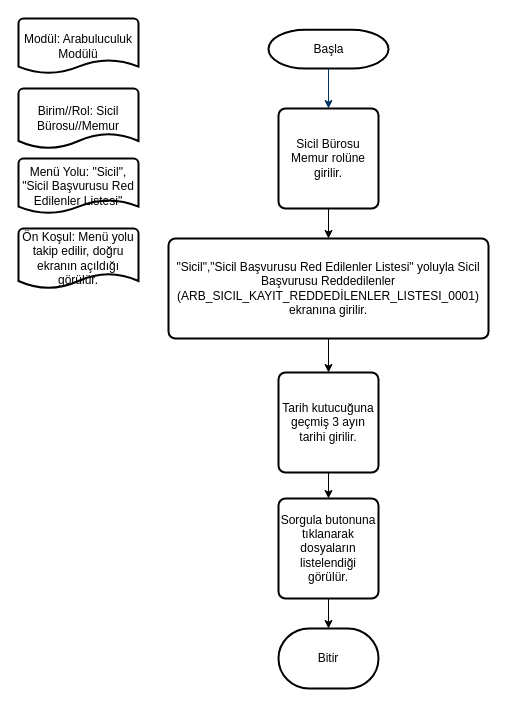
Before: Diyagram Yönetim Sistemi/Diagrams/Arabuluculuk Akışlar/001_Sicil Başvurusu Red Edilenler Listesi.drawio in dev-Thae/Diagram-Management-System, a draw.io diagram. Source tidied: cells renumbered, new cells numbered last; positions are measured from the earlier drawing's top-left corner, leaving out a move shared by most shapes. Both pictures are drawn from the tidied source at 100%, with x=0, y=0 at pixel (18, 18).
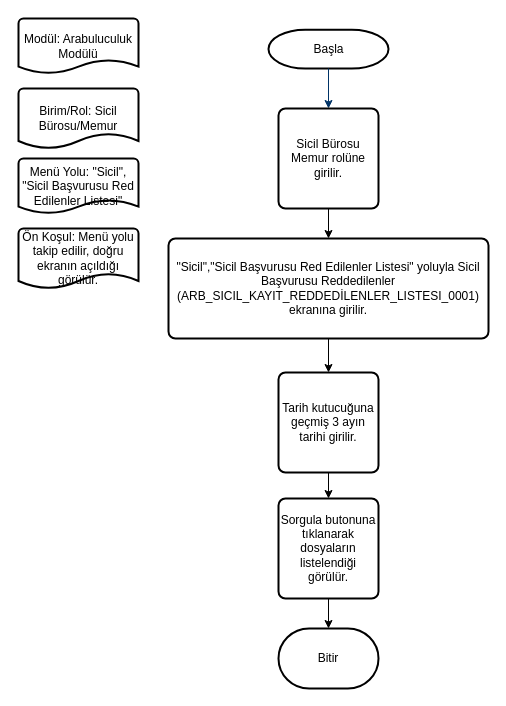
After the change.

Change to the diagram source:
```diff
@@
 <mxGraphModel>
   <root>
     <mxCell id="0" />
     <mxCell id="1" parent="0" />
     <mxCell id="2" value="Başla" style="shape=mxgraph.flowchart.terminator;strokeWidth=2;gradientColor=none;gradientDirection=north;fontStyle=0;html=1;" parent="1" vertex="1">
       <mxGeometry x="250" y="11.2" width="120" height="38.8" as="geometry" />
     </mxCell>
     <mxCell id="3" style="fontStyle=1;strokeColor=#003366;strokeWidth=1;html=1;entryX=0.5;entryY=0;entryDx=0;entryDy=0;" parent="1" edge="1" source="2" target="8">
       <mxGeometry relative="1" as="geometry" />
     </mxCell>
     <mxCell id="4" value="Modül: Arabuluculuk Modülü" style="strokeWidth=2;html=1;shape=mxgraph.flowchart.document2;whiteSpace=wrap;size=0.25;" parent="1" vertex="1">
       <mxGeometry width="120" height="55" as="geometry" />
     </mxCell>
     <mxCell id="5" value="Menü Yolu: &quot;Sicil&quot;, &quot;Sicil Başvurusu Red Edilenler Listesi&quot;" style="strokeWidth=2;html=1;shape=mxgraph.flowchart.document2;whiteSpace=wrap;size=0.25;" parent="1" vertex="1">
       <mxGeometry y="140" width="120" height="55" as="geometry" />
     </mxCell>
     <mxCell id="6" value="Ön Koşul: Menü yolu takip edilir, doğru ekranın açıldığı görülür." style="strokeWidth=2;html=1;shape=mxgraph.flowchart.document2;whiteSpace=wrap;size=0.25;" parent="1" vertex="1">
       <mxGeometry y="210" width="120" height="60" as="geometry" />
     </mxCell>
     <mxCell id="7" style="edgeStyle=orthogonalEdgeStyle;rounded=0;jettySize=auto;html=1;entryX=0.5;entryY=0;entryDx=0;entryDy=0;" parent="1" edge="1" source="8" target="10">
       <mxGeometry relative="1" as="geometry" />
     </mxCell>
     <mxCell id="8" value="Sicil Bürosu Memur rolüne girilir." style="rounded=1;whiteSpace=wrap;html=1;absoluteArcSize=1;arcSize=14;strokeWidth=2;" parent="1" vertex="1">
       <mxGeometry x="260" y="90" width="100" height="100" as="geometry" />
     </mxCell>
     <mxCell id="9" style="edgeStyle=orthogonalEdgeStyle;rounded=0;jettySize=auto;html=1;entryX=0.5;entryY=0;entryDx=0;entryDy=0;" parent="1" edge="1" source="10" target="12">
       <mxGeometry relative="1" as="geometry" />
     </mxCell>
     <mxCell id="10" value="&quot;Sicil&quot;,&quot;Sicil Başvurusu Red Edilenler Listesi&quot; yoluyla Sicil Başvurusu Reddedilenler (ARB_SICIL_KAYIT_REDDEDİLENLER_LISTESI_0001) ekranına girilir." style="rounded=1;whiteSpace=wrap;html=1;absoluteArcSize=1;arcSize=14;strokeWidth=2;" parent="1" vertex="1">
       <mxGeometry x="150" y="220" width="320" height="100" as="geometry" />
     </mxCell>
     <mxCell id="11" style="edgeStyle=orthogonalEdgeStyle;rounded=0;jettySize=auto;html=1;entryX=0.5;entryY=0;entryDx=0;entryDy=0;" parent="1" edge="1" source="12" target="14">
       <mxGeometry relative="1" as="geometry" />
     </mxCell>
     <mxCell id="12" value="Tarih kutucuğuna geçmiş 3 ayın tarihi girilir." style="rounded=1;whiteSpace=wrap;html=1;absoluteArcSize=1;arcSize=14;strokeWidth=2;" parent="1" vertex="1">
       <mxGeometry x="260" y="354" width="100" height="100" as="geometry" />
     </mxCell>
     <mxCell id="13" style="edgeStyle=orthogonalEdgeStyle;rounded=0;jettySize=auto;html=1;exitX=0.5;exitY=1;exitDx=0;exitDy=0;entryX=0.5;entryY=0;entryDx=0;entryDy=0;entryPerimeter=0;" parent="1" edge="1" source="14" target="15">
       <mxGeometry relative="1" as="geometry" />
     </mxCell>
     <mxCell id="14" value="Sorgula butonuna tıklanarak dosyaların listelendiği görülür." style="rounded=1;whiteSpace=wrap;html=1;absoluteArcSize=1;arcSize=14;strokeWidth=2;" parent="1" vertex="1">
       <mxGeometry x="260" y="480" width="100" height="100" as="geometry" />
     </mxCell>
     <mxCell id="15" value="Bitir" style="strokeWidth=2;html=1;shape=mxgraph.flowchart.terminator;whiteSpace=wrap;" parent="1" vertex="1">
       <mxGeometry x="260" y="610" width="100" height="60" as="geometry" />
     </mxCell>
-    <mxCell id="16" value="&lt;span style=&quot;&quot;&gt;Birim//Rol: Sicil Bürosu//Memur&lt;/span&gt;" style="strokeWidth=2;html=1;shape=mxgraph.flowchart.document2;whiteSpace=wrap;size=0.25;" parent="1" vertex="1">
+    <mxCell id="16" value="Birim/Rol: Sicil Bürosu/Memur" style="strokeWidth=2;html=1;shape=mxgraph.flowchart.document2;whiteSpace=wrap;size=0.25;" parent="1" vertex="1">
       <mxGeometry y="70" width="120" height="60" as="geometry" />
     </mxCell>
   </root>
 </mxGraphModel>
```
